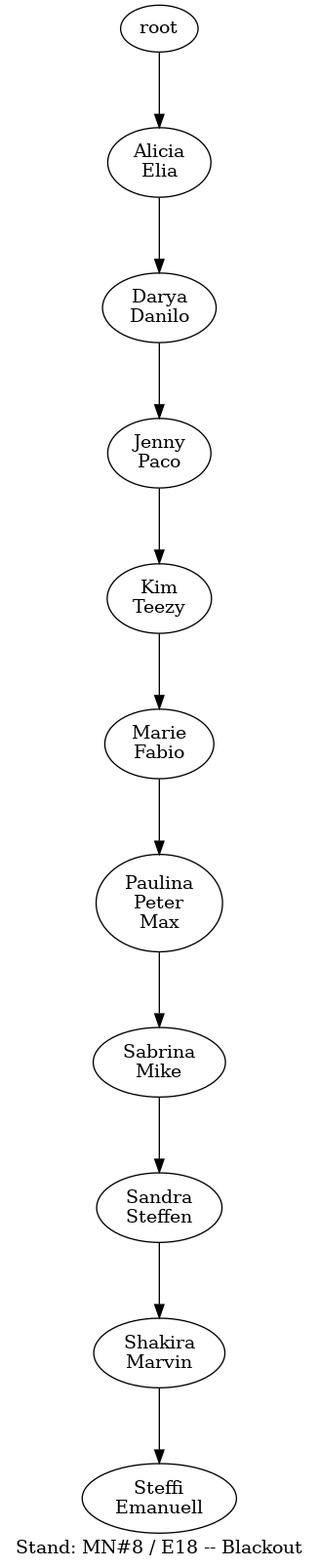
Earlier version of the Graphviz export s03r/s03r.png (atticus-sullivan/sim-ayto). Its source is kept beside it as s03r/s03r.dot.
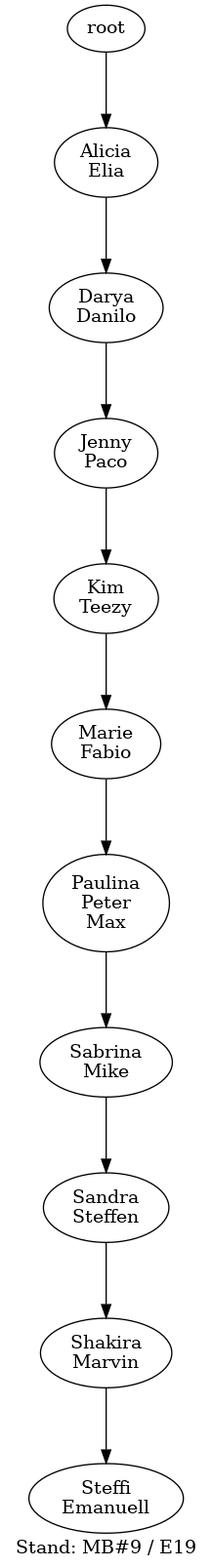
The same file after the commit.

What changed in the source:
```diff
@@ -1,4 +1,4 @@
-digraph D { labelloc="b"; label="Stand: MN#8 / E18 -- Blackout"; ranksep=0.8;
+digraph D { labelloc="b"; label="Stand: MB#9 / E19"; ranksep=0.8;
 "root/1"[label="Alicia\nElia"]
 "root" -> "root/1";
 "root/1/0"[label="Darya\nDanilo"]
```
